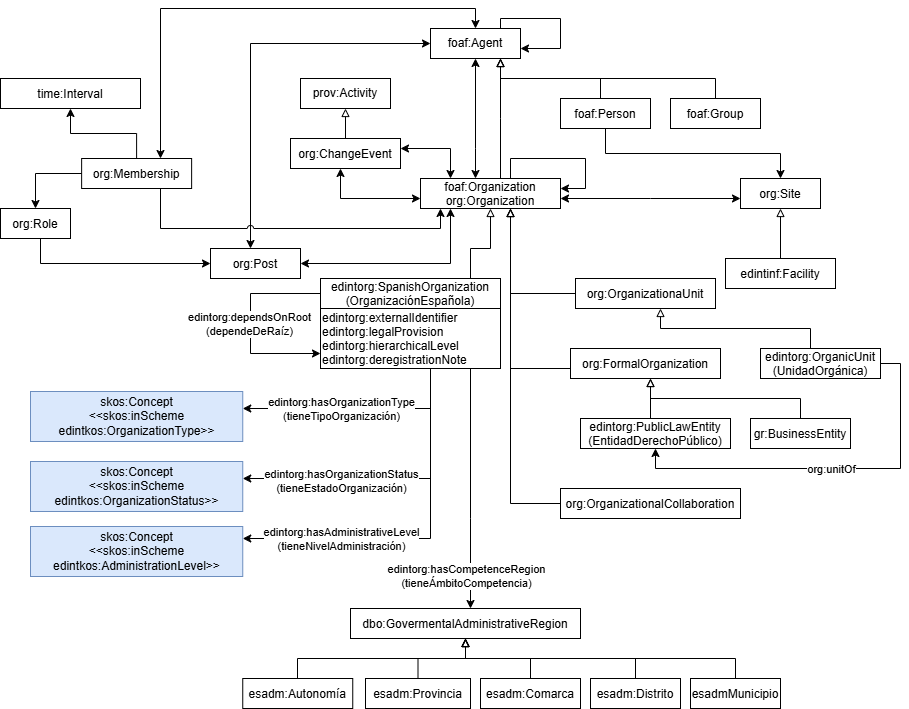
sbernardos/edint-ontologia-organizaciones keeps this draw.io diagram as documentation/images/diagrama.png. Above is the earlier version. Source tidied: cells renumbered, new cells last; positions are measured from the earlier drawing's top-left corner, leaving out a move shared by most shapes.
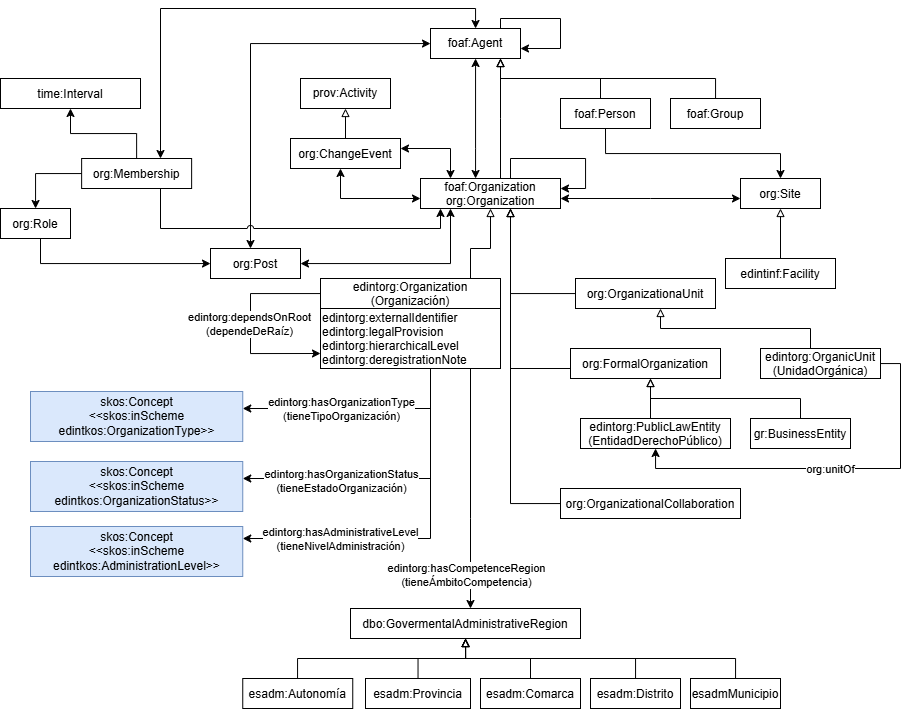
After the change.

The edit, as a diff of the source:
```diff
@@ -235,7 +235,7 @@
     <mxCell id="48" style="edgeStyle=orthogonalEdgeStyle;rounded=0;curved=0;endArrow=block;endFill=0;startArrow=none;startFill=0;" parent="1" edge="1" source="10" target="47">
       <mxGeometry relative="1" as="geometry" />
     </mxCell>
-    <mxCell id="49" value="edintorg:SpanishOrganization&#10;(OrganizaciónEspañola)" parent="1" vertex="1">
+    <mxCell id="49" value="edintorg:Organization&#10;(Organización)" parent="1" vertex="1">
       <mxGeometry x="320" y="270" width="180" height="30" as="geometry" />
     </mxCell>
     <mxCell id="50" style="edgeStyle=orthogonalEdgeStyle;rounded=0;curved=0;endArrow=block;endFill=0;startArrow=none;startFill=0;" parent="1" edge="1" source="49" target="2">
```
